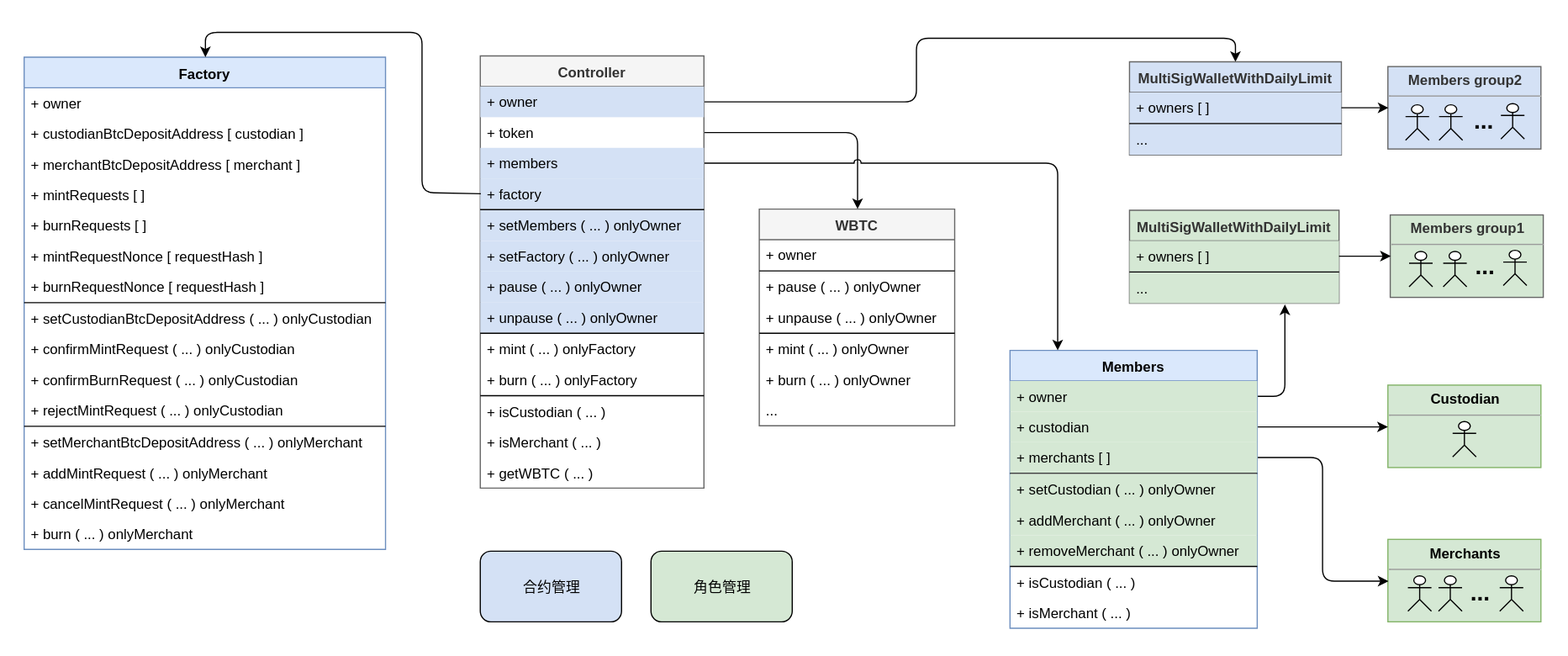
Earlier version of the draw.io export res/wbtc-dao.svg (SegueII/wbtc-share). Source tidied: cells renumbered, new cells last; positions are measured from the earlier drawing's top-left corner, leaving out a move shared by most shapes.
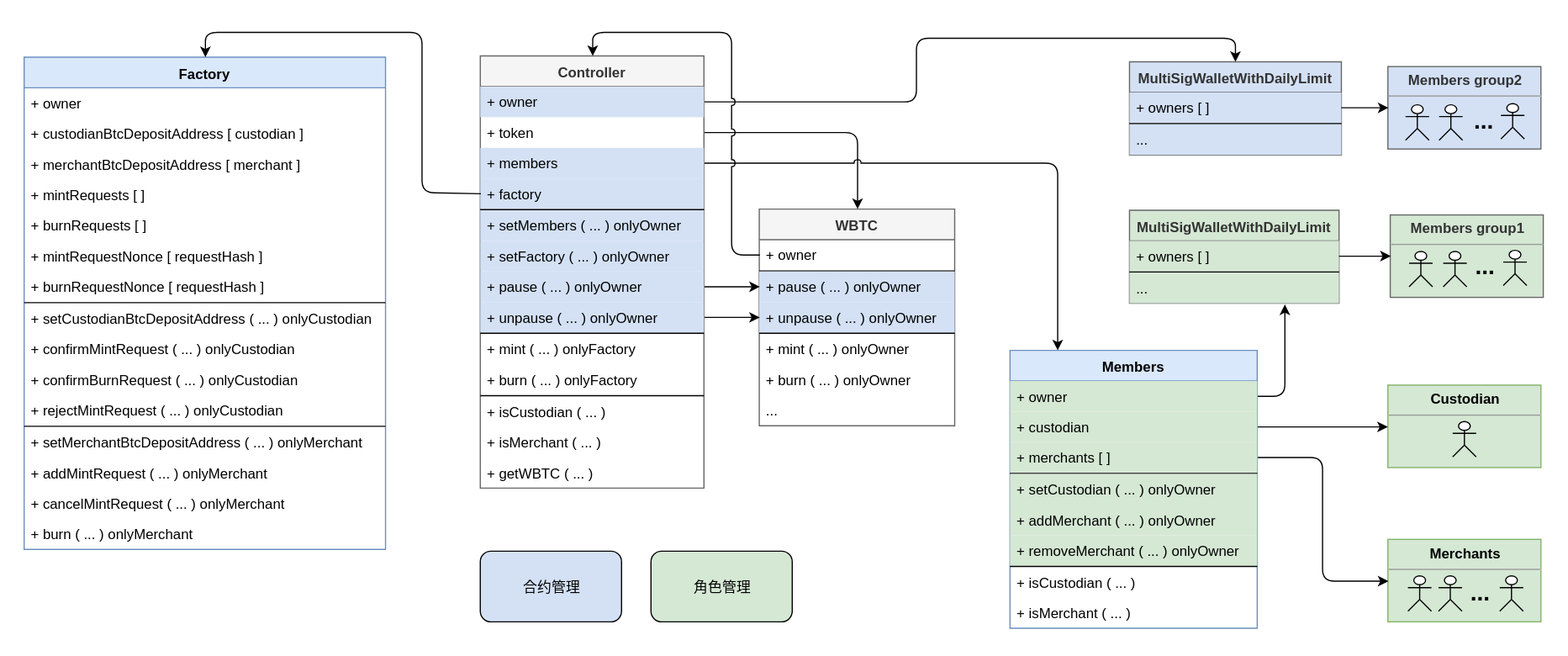
Later version of the same file.

The edit, as a diff of the source:
```diff
@@ -125,10 +125,10 @@
     <mxCell id="42" style="line;strokeWidth=1;fillColor=none;align=left;verticalAlign=middle;spacingTop=-1;spacingLeft=3;spacingRight=3;labelPosition=right;" parent="40" vertex="1">
       <mxGeometry y="52" width="166" height="1" as="geometry" />
     </mxCell>
-    <mxCell id="43" value="+ pause ( ... ) onlyOwner" style="text;strokeColor=none;fillColor=none;align=left;verticalAlign=top;spacingLeft=4;spacingRight=4;overflow=hidden;points=[[0,0.5],[1,0.5]];portConstraint=eastwest;" parent="40" vertex="1">
+    <mxCell id="43" value="+ pause ( ... ) onlyOwner" style="text;strokeColor=none;fillColor=#D4E1F5;align=left;verticalAlign=top;spacingLeft=4;spacingRight=4;overflow=hidden;points=[[0,0.5],[1,0.5]];portConstraint=eastwest;" parent="40" vertex="1">
       <mxGeometry y="53" width="166" height="26" as="geometry" />
     </mxCell>
-    <mxCell id="44" value="+ unpause ( ... ) onlyOwner" style="text;strokeColor=none;fillColor=none;align=left;verticalAlign=top;spacingLeft=4;spacingRight=4;overflow=hidden;" parent="40" vertex="1">
+    <mxCell id="44" value="+ unpause ( ... ) onlyOwner" style="text;strokeColor=none;fillColor=#D4E1F5;align=left;verticalAlign=top;spacingLeft=4;spacingRight=4;overflow=hidden;" parent="40" vertex="1">
       <mxGeometry y="79" width="166" height="26" as="geometry" />
     </mxCell>
     <mxCell id="45" style="line;strokeWidth=1;fillColor=none;align=left;verticalAlign=middle;spacingTop=-1;spacingLeft=3;spacingRight=3;labelPosition=right;" parent="40" vertex="1">
@@ -288,5 +288,14 @@
     <mxCell id="92" style="shape=umlActor;verticalLabelPosition=bottom;labelBackgroundColor=#ffffff;verticalAlign=top;html=1;" parent="1" vertex="1">
       <mxGeometry x="1202" y="61.5" width="20" height="30" as="geometry" />
     </mxCell>
+    <mxCell id="93" style="edgeStyle=orthogonalEdgeStyle;rounded=1;jettySize=auto;html=1;exitX=0;exitY=0.5;exitDx=0;exitDy=0;entryX=0.5;entryY=0;entryDx=0;entryDy=0;jumpStyle=arc;" parent="1" edge="1" source="41" target="23">
+      <mxGeometry relative="1" as="geometry" />
+    </mxCell>
+    <mxCell id="94" style="edgeStyle=orthogonalEdgeStyle;rounded=1;jumpStyle=arc;jettySize=auto;html=1;exitX=1;exitY=0.5;exitDx=0;exitDy=0;entryX=0;entryY=0.5;entryDx=0;entryDy=0;" parent="1" edge="1" source="31" target="43">
+      <mxGeometry relative="1" as="geometry" />
+    </mxCell>
+    <mxCell id="95" style="edgeStyle=orthogonalEdgeStyle;rounded=1;jumpStyle=arc;jettySize=auto;html=1;exitX=1;exitY=0.5;exitDx=0;exitDy=0;entryX=0;entryY=0.5;entryDx=0;entryDy=0;" parent="1" edge="1" source="32" target="40">
+      <mxGeometry relative="1" as="geometry" />
+    </mxCell>
   </root>
 </mxGraphModel>
```
